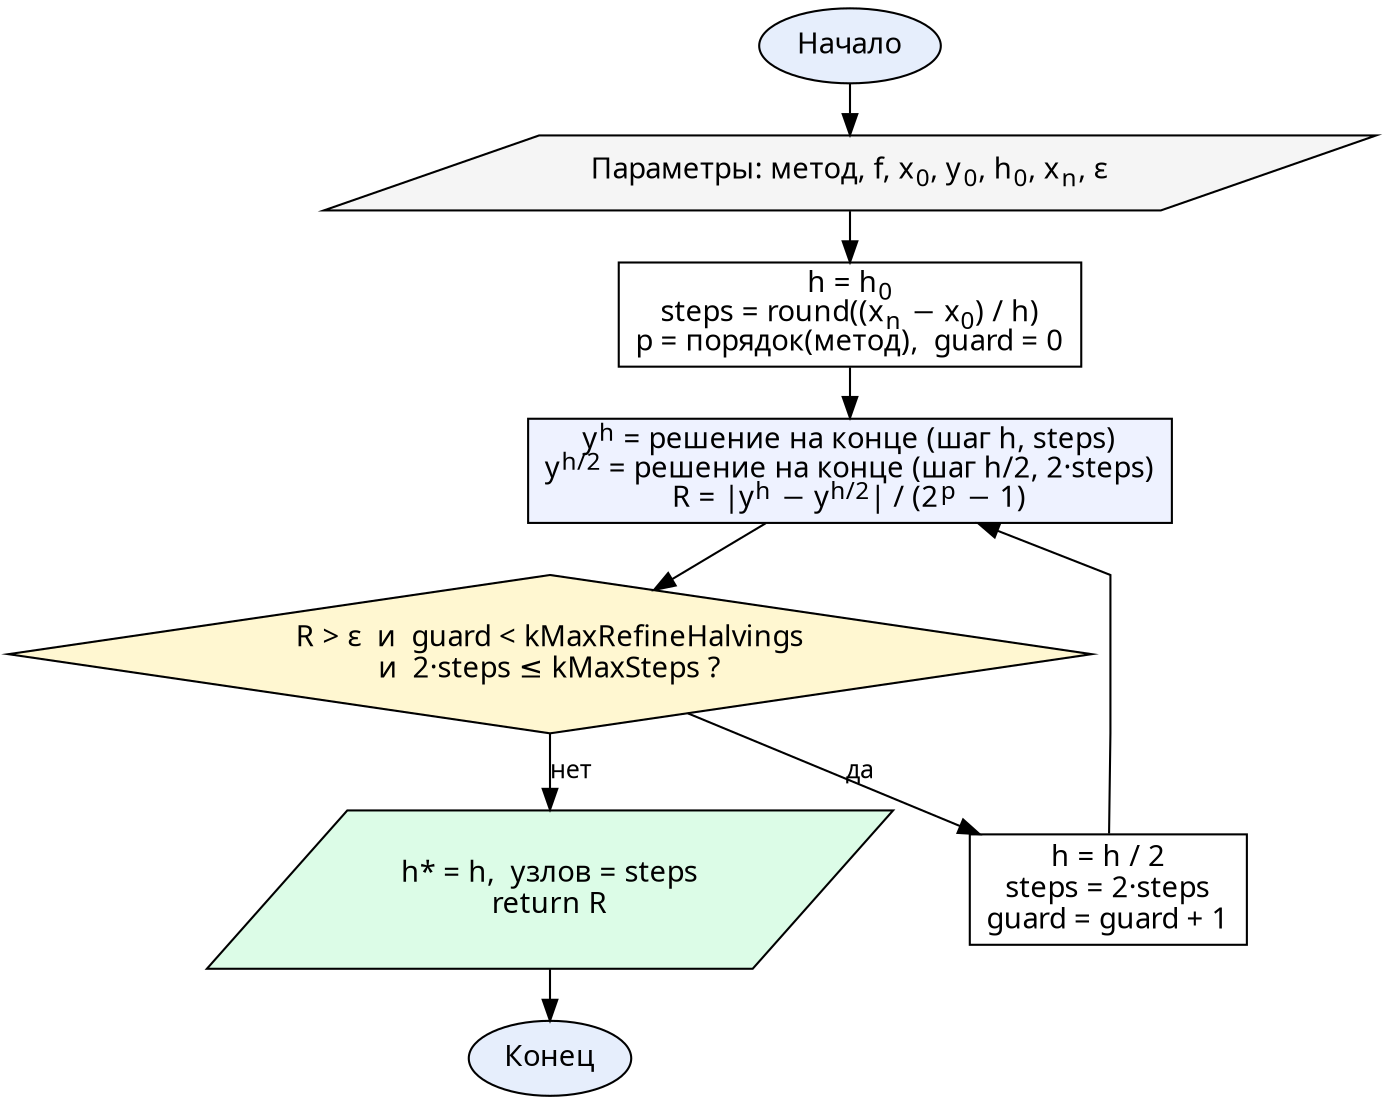
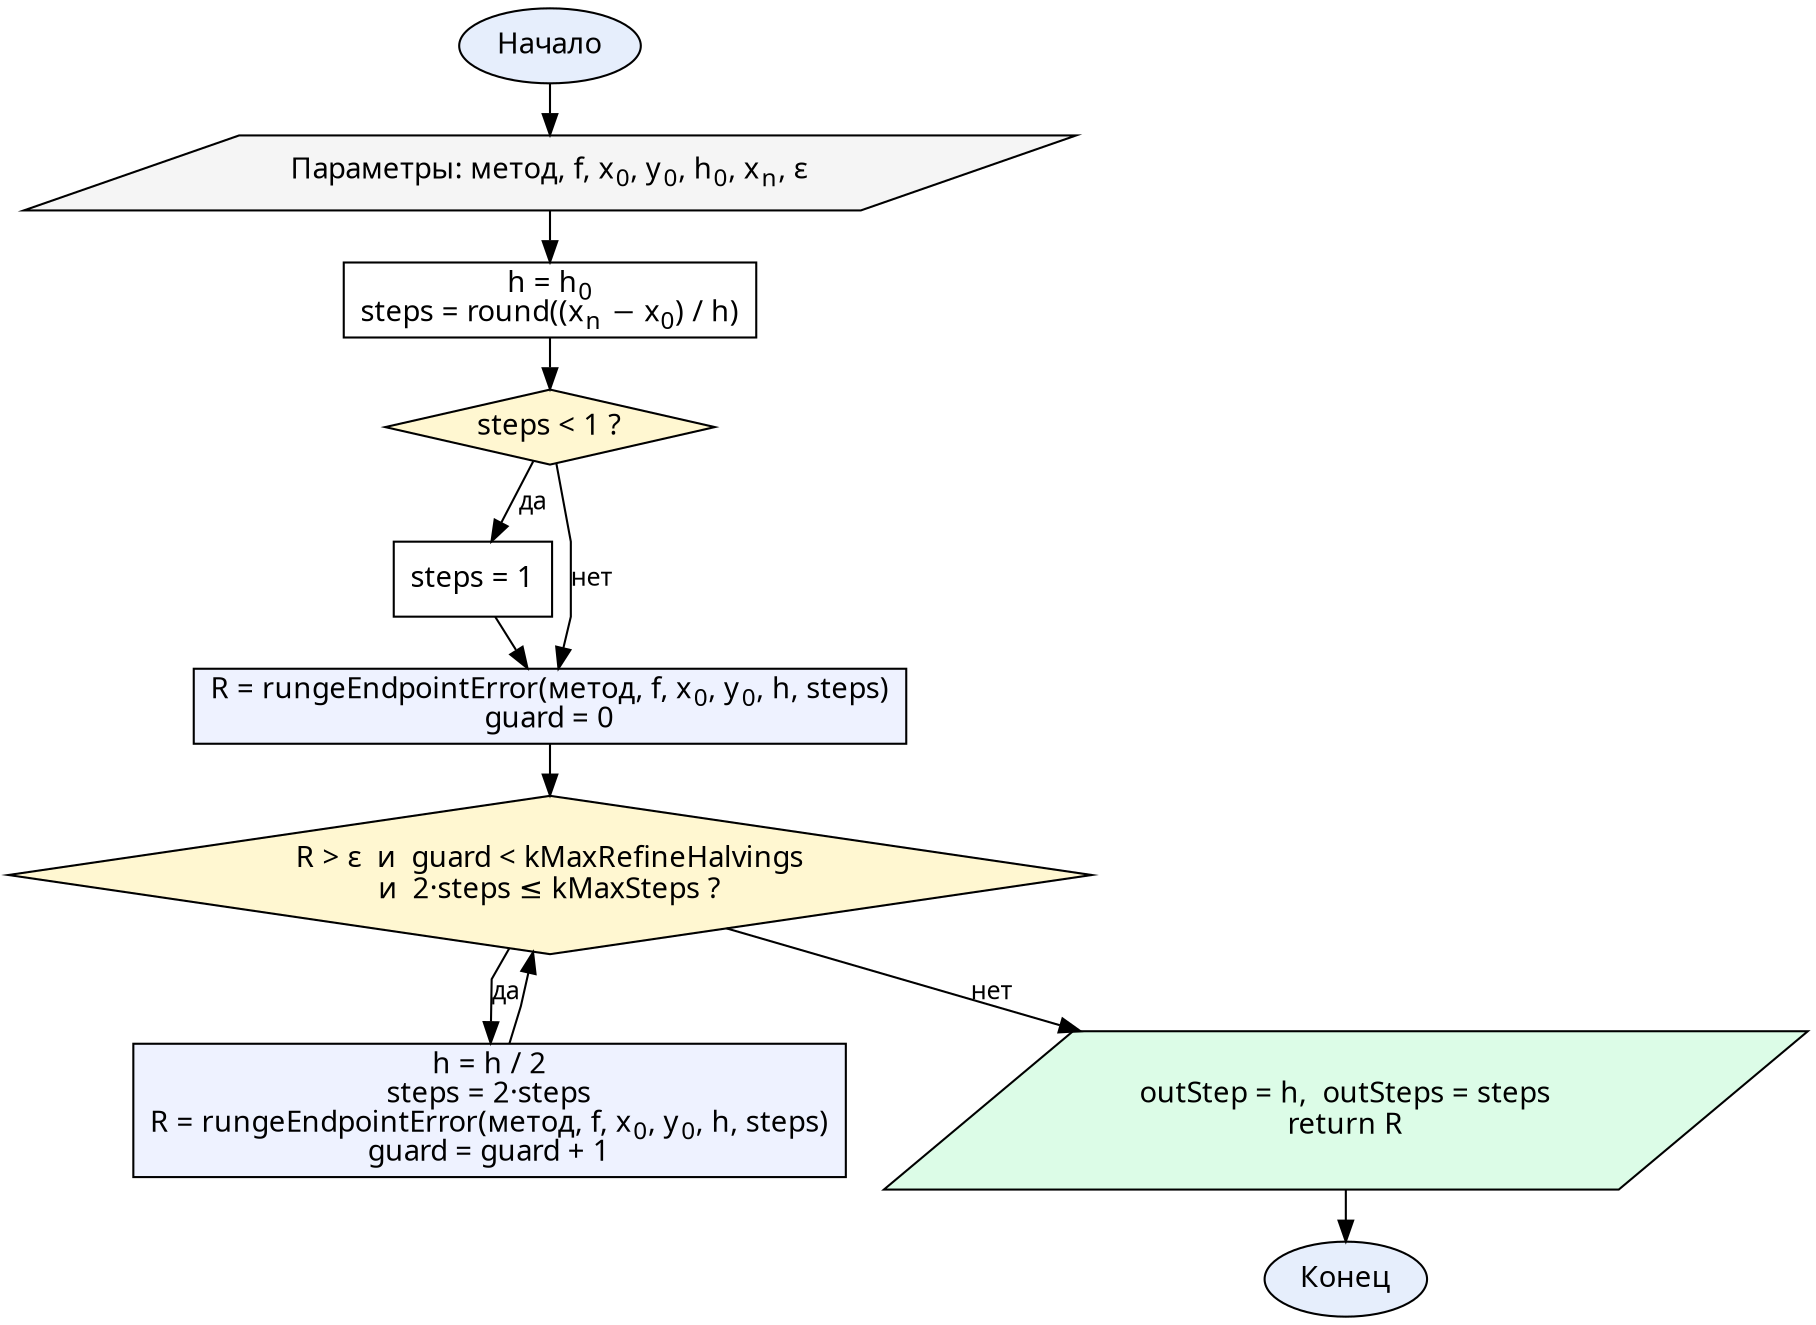
digraph Lab6Runge {
  graph [fontname="CMU Serif", rankdir=TB, nodesep=0.25, ranksep=0.32, splines=polyline]
  node  [fontname="CMU Serif", fontsize=14, style="filled", fillcolor="#ffffff", color="#000000"]
  edge  [fontname="CMU Serif", fontsize=12, color="#000000"]

  start  [label="Начало", shape=oval, fillcolor="#e6eefc"]
  input  [label=<Параметры: метод, f, x<SUB>0</SUB>, y<SUB>0</SUB>, h<SUB>0</SUB>, x<SUB>n</SUB>, ε>, shape=parallelogram, fillcolor="#f5f5f5"]
-   init   [label=<h = h<SUB>0</SUB><BR/>steps = round((x<SUB>n</SUB> − x<SUB>0</SUB>) / h)<BR/>p = порядок(метод),  guard = 0>, shape=box]
-   rcalc  [label=<y<SUP>h</SUP> = решение на конце (шаг h, steps)<BR/>y<SUP>h/2</SUP> = решение на конце (шаг h/2, 2·steps)<BR/>R = |y<SUP>h</SUP> − y<SUP>h/2</SUP>| / (2<SUP>p</SUP> − 1)>, shape=box, fillcolor="#eef2ff"]
+   init   [label=<h = h<SUB>0</SUB><BR/>steps = round((x<SUB>n</SUB> − x<SUB>0</SUB>) / h)>, shape=box]
+   cmin   [label=<steps &lt; 1 ?>, shape=diamond, fillcolor="#fff7d1"]
+   setmin [label=<steps = 1>, shape=box]
+   rinit  [label=<R = rungeEndpointError(метод, f, x<SUB>0</SUB>, y<SUB>0</SUB>, h, steps)<BR/>guard = 0>, shape=box, fillcolor="#eef2ff"]
  chk    [label=<R &gt; ε  и  guard &lt; kMaxRefineHalvings<BR/>и  2·steps ≤ kMaxSteps ?>, shape=diamond, fillcolor="#fff7d1"]
-   halve  [label=<h = h / 2<BR/>steps = 2·steps<BR/>guard = guard + 1>, shape=box]
-   output [label=<h* = h,  узлов = steps<BR/>return R>, shape=parallelogram, fillcolor="#dcfce7"]
+   halve  [label=<h = h / 2<BR/>steps = 2·steps<BR/>R = rungeEndpointError(метод, f, x<SUB>0</SUB>, y<SUB>0</SUB>, h, steps)<BR/>guard = guard + 1>, shape=box, fillcolor="#eef2ff"]
+   output [label=<outStep = h,  outSteps = steps<BR/>return R>, shape=parallelogram, fillcolor="#dcfce7"]
  stop   [label="Конец", shape=oval, fillcolor="#e6eefc"]

-   start -> input -> init -> rcalc -> chk
+   start -> input -> init -> cmin
+   cmin -> setmin [label="да"]
+   cmin -> rinit  [label="нет"]
+   setmin -> rinit
+   rinit -> chk
  chk -> halve [label="да"]
-   halve -> rcalc
+   halve -> chk
  chk -> output [label="нет"]
  output -> stop
}
